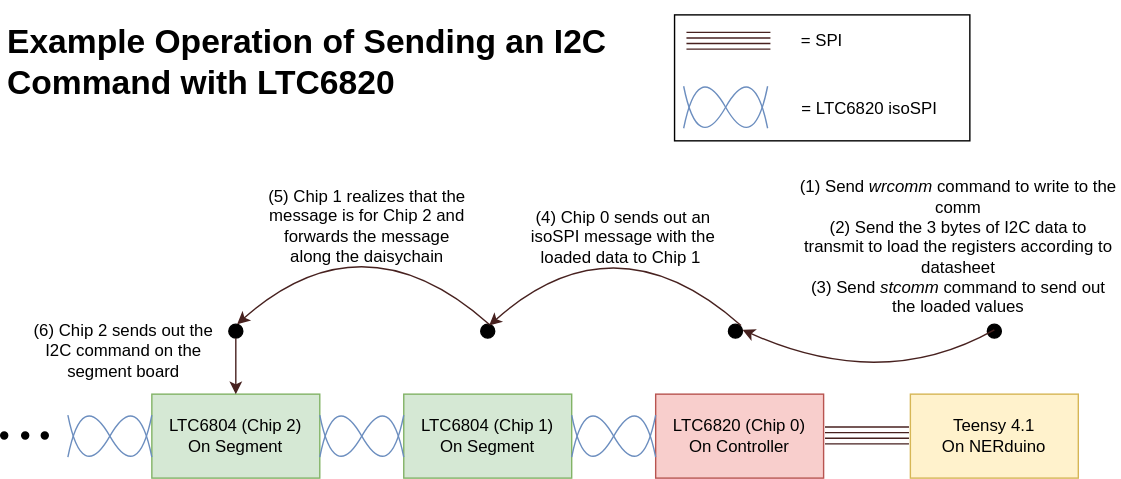
Northeastern-Electric-Racing/shepherd_bms keeps this draw.io diagram as docs/LTC6820_comms_overview.drawio.svg. Above is the earlier version. Source tidied: cells renumbered, new cells last; positions are measured from the earlier drawing's top-left corner, leaving out a move shared by most shapes.
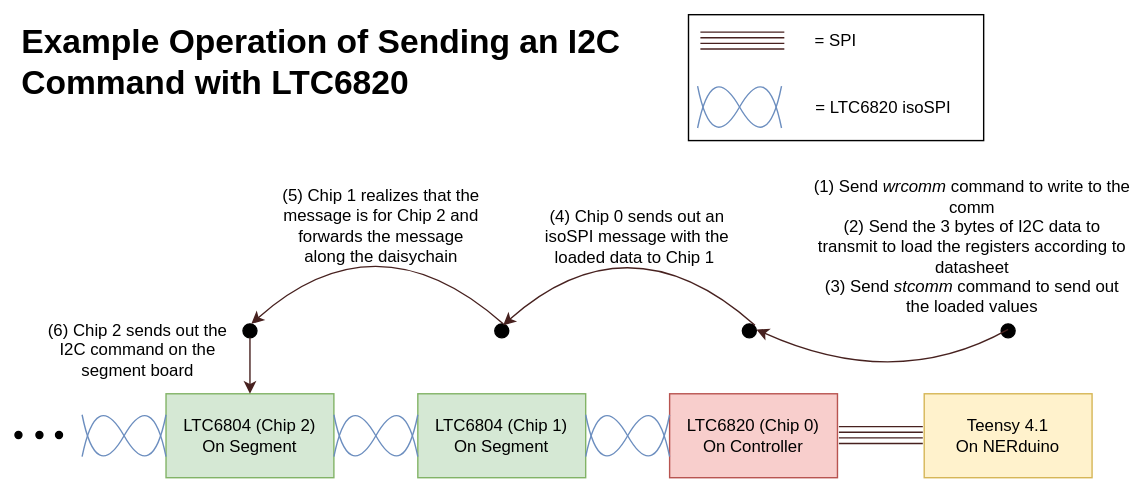
Later version of the same file.

Diff of the diagram source:
```diff
@@ -2,6 +2,9 @@
   <root>
     <mxCell id="0" />
     <mxCell id="1" parent="0" />
+    <mxCell id="40" style="rounded=0;whiteSpace=wrap;html=1;strokeColor=none;" parent="1" vertex="1">
+      <mxGeometry x="-10" width="810" height="340" as="geometry" />
+    </mxCell>
     <mxCell id="2" value="LTC6804 (Chip 1)&lt;br&gt;On Segment" style="rounded=0;whiteSpace=wrap;html=1;fillColor=#d5e8d4;strokeColor=#82b366;" parent="1" vertex="1">
       <mxGeometry x="288" y="271" width="120" height="60" as="geometry" />
     </mxCell>
```
